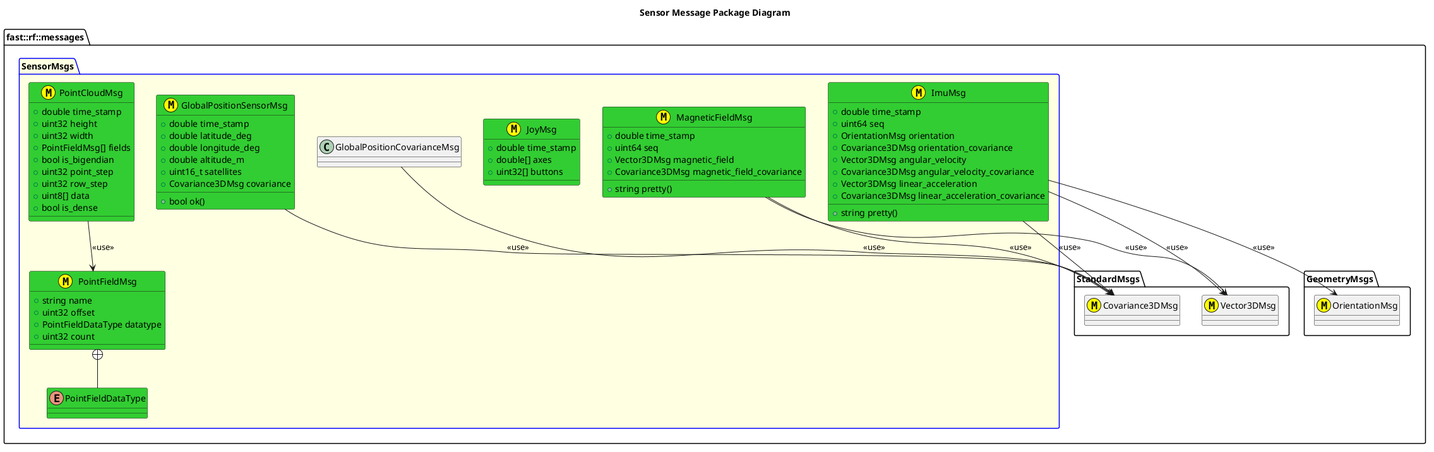
Before: msgs/SensorMsgs/doc/puml/SensorMessagesClassDiagram.png, a diagram exported from PlantUML (fastrobotics/robot_framework).
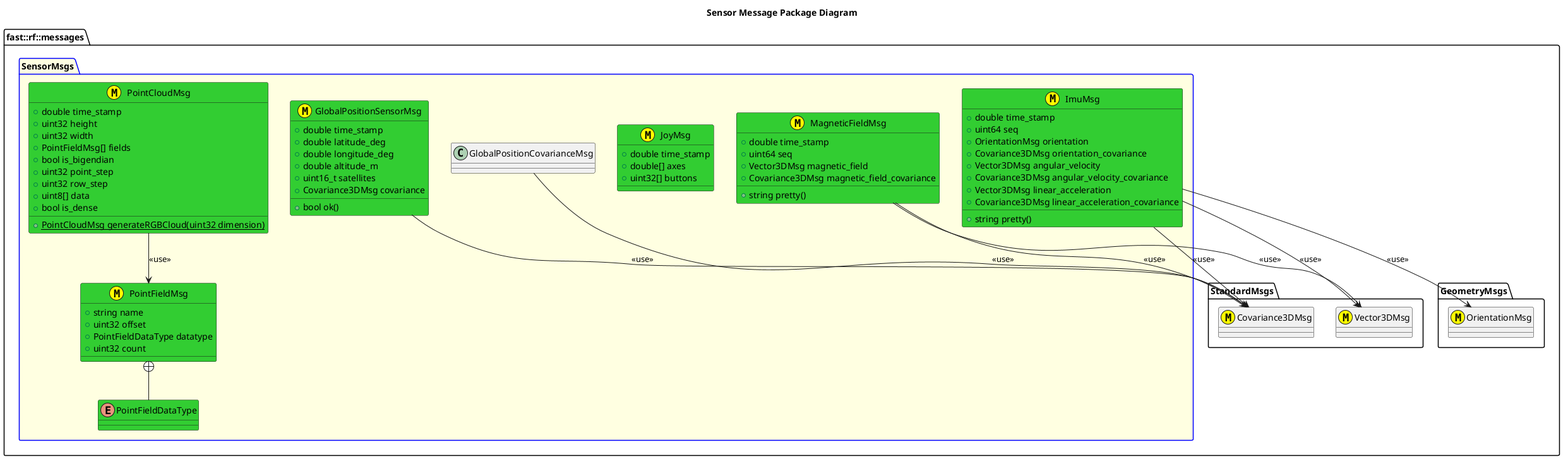
The same diagram one commit later.

What changed in the source:
```diff
@@ -63,6 +63,7 @@
     }
     PointFieldMsg +-- PointFieldDataType
     struct PointCloudMsg <<(M,#FFFF00)>> #LimeGreen {
+        +{static} PointCloudMsg generateRGBCloud(uint32 dimension)
         +double time_stamp
         +uint32 height
         +uint32 width
```
